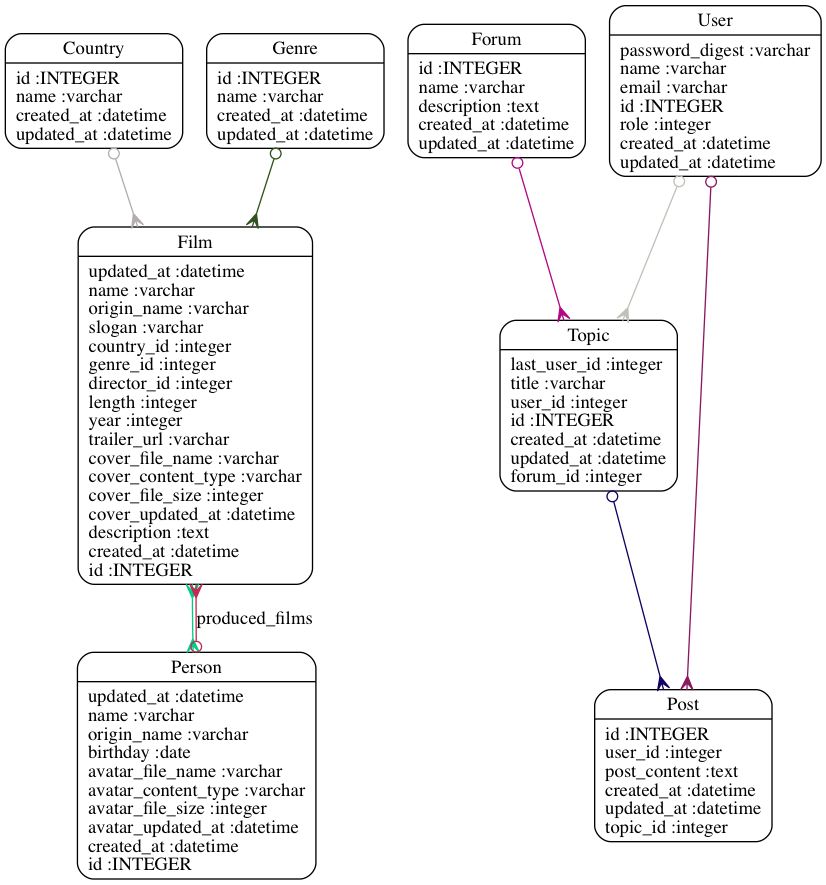
Above: films/models.png in datRedSeven/SemesterProject (Graphviz), before the change. Its source is kept beside it as films/models.dot.
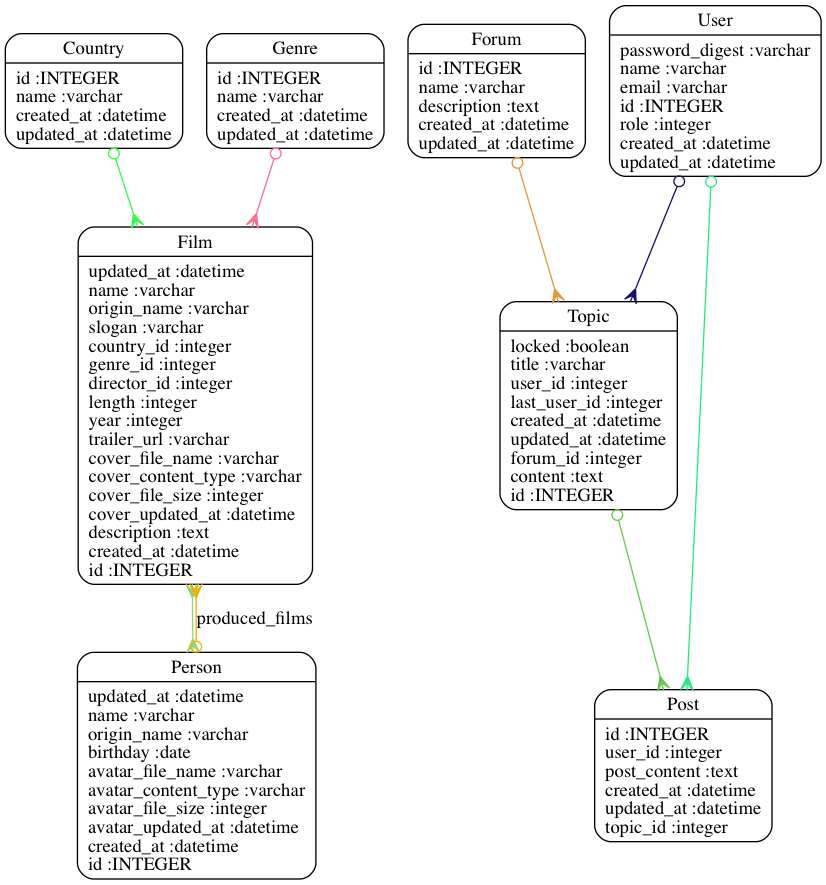
Above is the later version.

The edit, as a diff of the source:
```diff
@@ -6,14 +6,14 @@
 	"Genre" [shape=Mrecord, label="{Genre|id :INTEGER\lname :varchar\lcreated_at :datetime\lupdated_at :datetime\l}"]
 	"Person" [shape=Mrecord, label="{Person|updated_at :datetime\lname :varchar\lorigin_name :varchar\lbirthday :date\lavatar_file_name :varchar\lavatar_content_type :varchar\lavatar_file_size :integer\lavatar_updated_at :datetime\lcreated_at :datetime\lid :INTEGER\l}"]
 	"Post" [shape=Mrecord, label="{Post|id :INTEGER\luser_id :integer\lpost_content :text\lcreated_at :datetime\lupdated_at :datetime\ltopic_id :integer\l}"]
-	"Topic" [shape=Mrecord, label="{Topic|last_user_id :integer\ltitle :varchar\luser_id :integer\lid :INTEGER\lcreated_at :datetime\lupdated_at :datetime\lforum_id :integer\l}"]
+	"Topic" [shape=Mrecord, label="{Topic|locked :boolean\ltitle :varchar\luser_id :integer\llast_user_id :integer\lcreated_at :datetime\lupdated_at :datetime\lforum_id :integer\lcontent :text\lid :INTEGER\l}"]
 	"User" [shape=Mrecord, label="{User|password_digest :varchar\lname :varchar\lemail :varchar\lid :INTEGER\lrole :integer\lcreated_at :datetime\lupdated_at :datetime\l}"]
-	"Country" -> "Film" [arrowtail=odot, arrowhead=crow, dir=both color="#B3ADAD"]
-	"Film" -> "Person" [arrowtail=crow, arrowhead=crow, dir=both color="#01CC86"]
-	"Forum" -> "Topic" [arrowtail=odot, arrowhead=crow, dir=both color="#B00885"]
-	"Genre" -> "Film" [arrowtail=odot, arrowhead=crow, dir=both color="#30521D"]
-	"Person" -> "Film" [label="produced_films", arrowtail=odot, arrowhead=crow, dir=both color="#BF2B52"]
-	"Topic" -> "Post" [arrowtail=odot, arrowhead=crow, dir=both color="#110160"]
-	"User" -> "Topic" [arrowtail=odot, arrowhead=crow, dir=both color="#BFC1B6"]
-	"User" -> "Post" [arrowtail=odot, arrowhead=crow, dir=both color="#8B1860"]
+	"Country" -> "Film" [arrowtail=odot, arrowhead=crow, dir=both color="#37F84D"]
+	"Film" -> "Person" [arrowtail=crow, arrowhead=crow, dir=both color="#95D56F"]
+	"Forum" -> "Topic" [arrowtail=odot, arrowhead=crow, dir=both color="#E09939"]
+	"Genre" -> "Film" [arrowtail=odot, arrowhead=crow, dir=both color="#F86D90"]
+	"Person" -> "Film" [label="produced_films", arrowtail=odot, arrowhead=crow, dir=both color="#F0B004"]
+	"Topic" -> "Post" [arrowtail=odot, arrowhead=crow, dir=both color="#69C753"]
+	"User" -> "Topic" [arrowtail=odot, arrowhead=crow, dir=both color="#180F6D"]
+	"User" -> "Post" [arrowtail=odot, arrowhead=crow, dir=both color="#24ED80"]
 }
```
